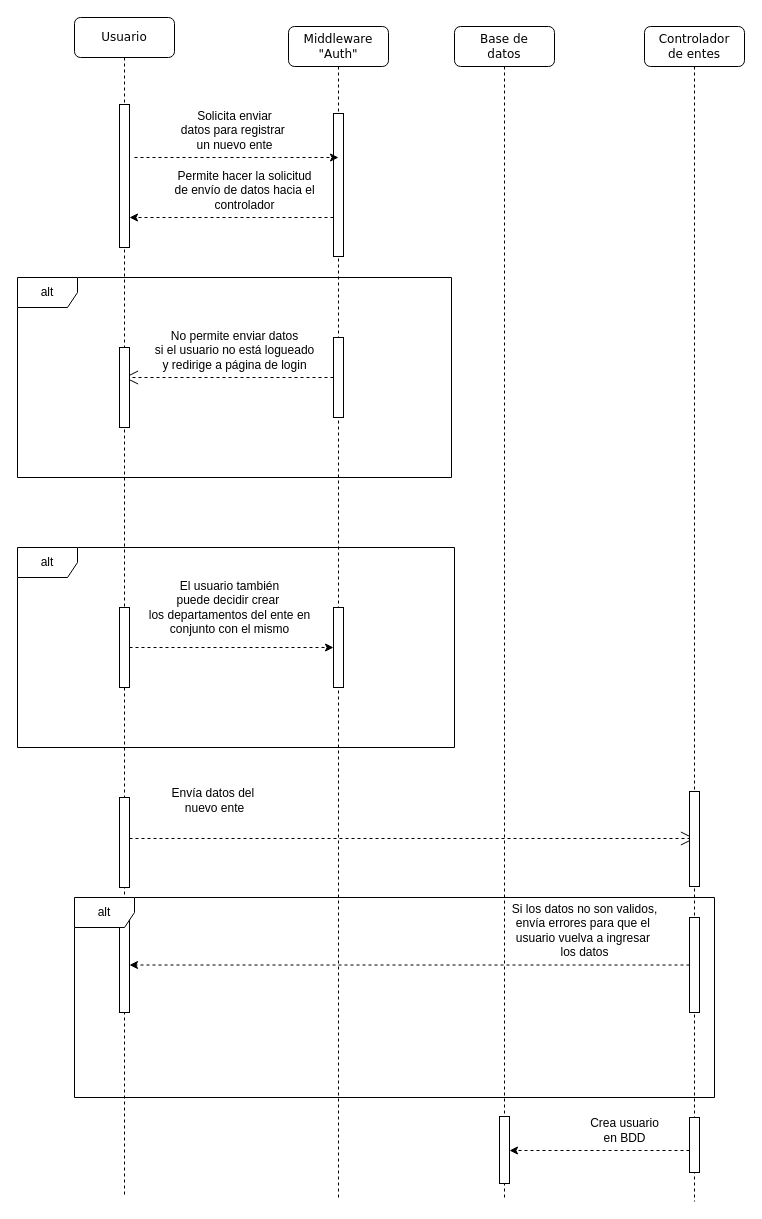
Above: page "Página-2" (2 of 3) of Diagramas secuencia/ secuencia_modulo_entes.drawio in MirroringCode/diagramas-del-csm (draw.io), before the change. Source tidied: cells renumbered, new cells numbered last; positions are measured from the earlier drawing's top-left corner, leaving out a move shared by most shapes. Both pictures are drawn from the tidied source at 100%, with x=0, y=0 at pixel (17, 17).
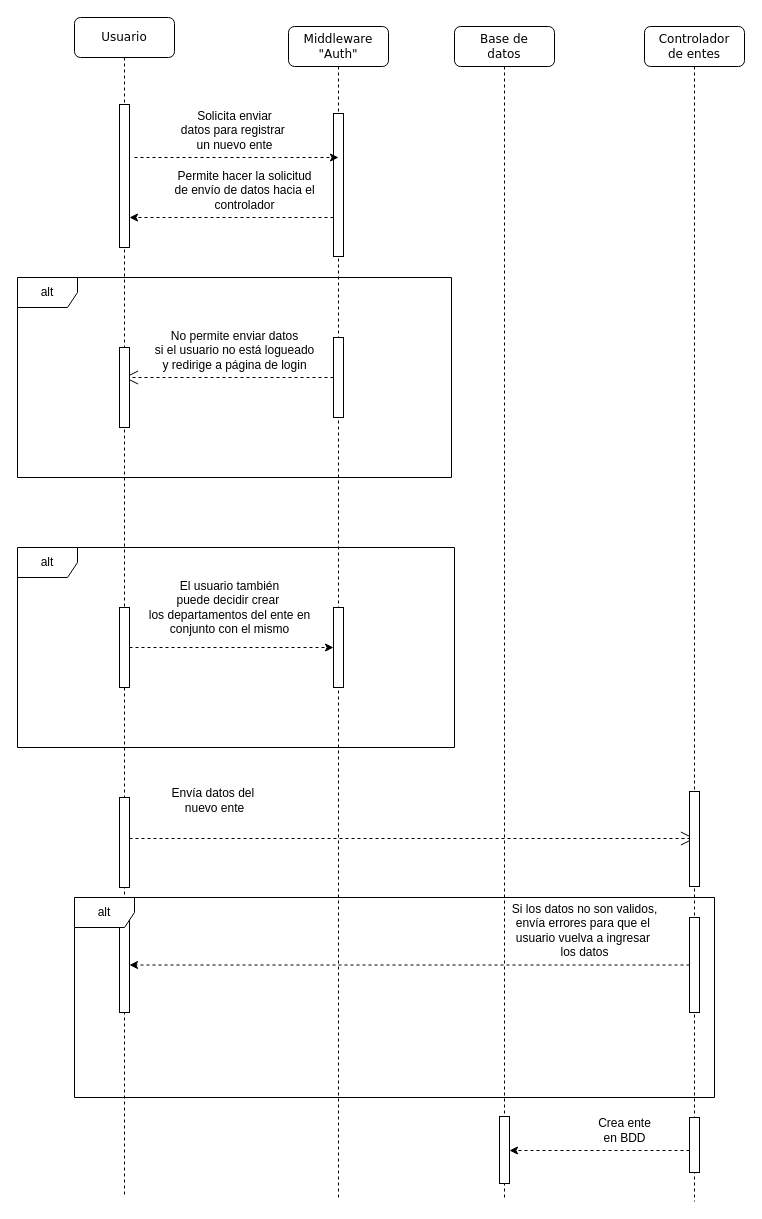
The same page after the edit.

What changed in the source:
```diff
@@
-    <mxCell id="38" value="Crea usuario&lt;div&gt;en BDD&lt;/div&gt;" style="text;html=1;align=center;verticalAlign=middle;strokeColor=none;fillColor=none;" parent="1" vertex="1">
-      <mxGeometry x="562" y="1093" width="90" height="40" as="geometry" />
+    <mxCell id="38" value="Crea ente&lt;div&gt;en BDD&lt;/div&gt;" style="text;html=1;align=center;verticalAlign=middle;strokeColor=none;fillColor=none;" parent="1" vertex="1">
+      <mxGeometry x="567" y="1093" width="80" height="40" as="geometry" />
     </mxCell>
```
